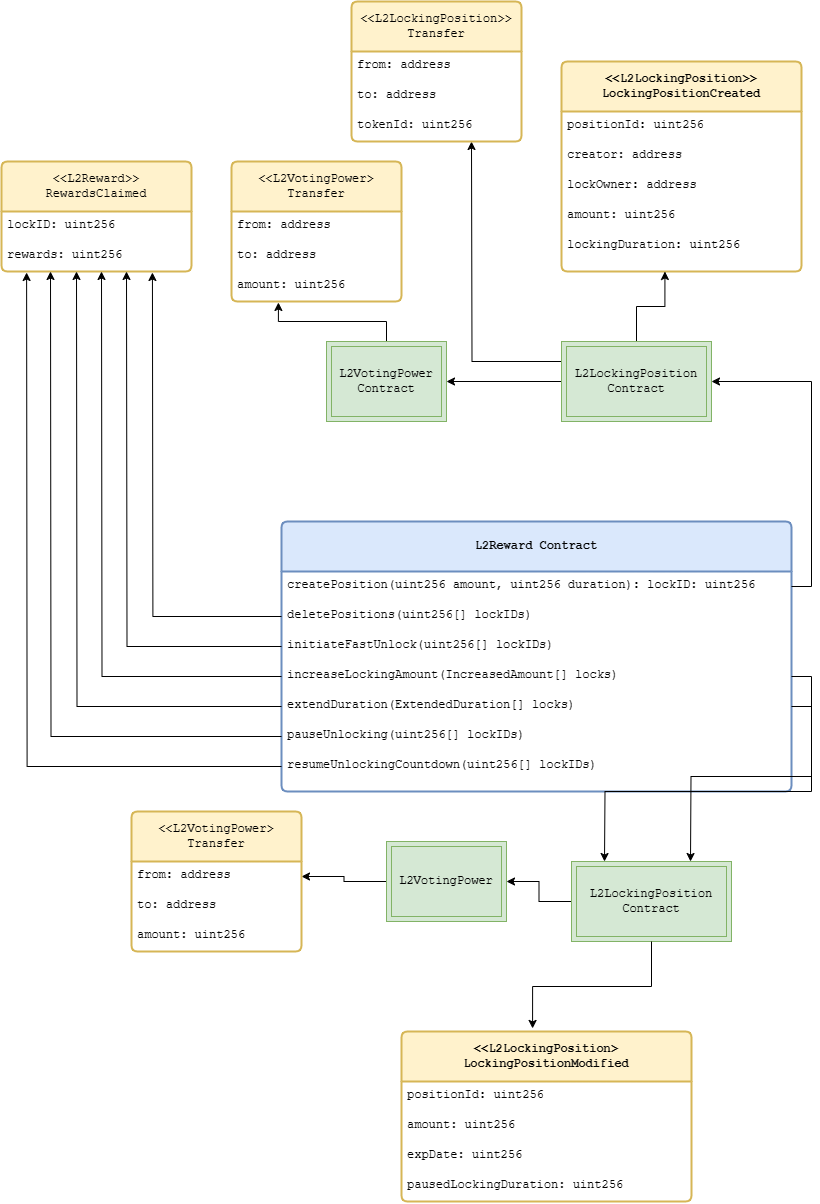
LiskHQ/lisk-contracts keeps this draw.io diagram as documentation/diagrams/l2reward_external_account_api_and_events.png. Above is the earlier version. Source tidied: cells renumbered, new cells last; positions are measured from the earlier drawing's top-left corner, leaving out a move shared by most shapes.
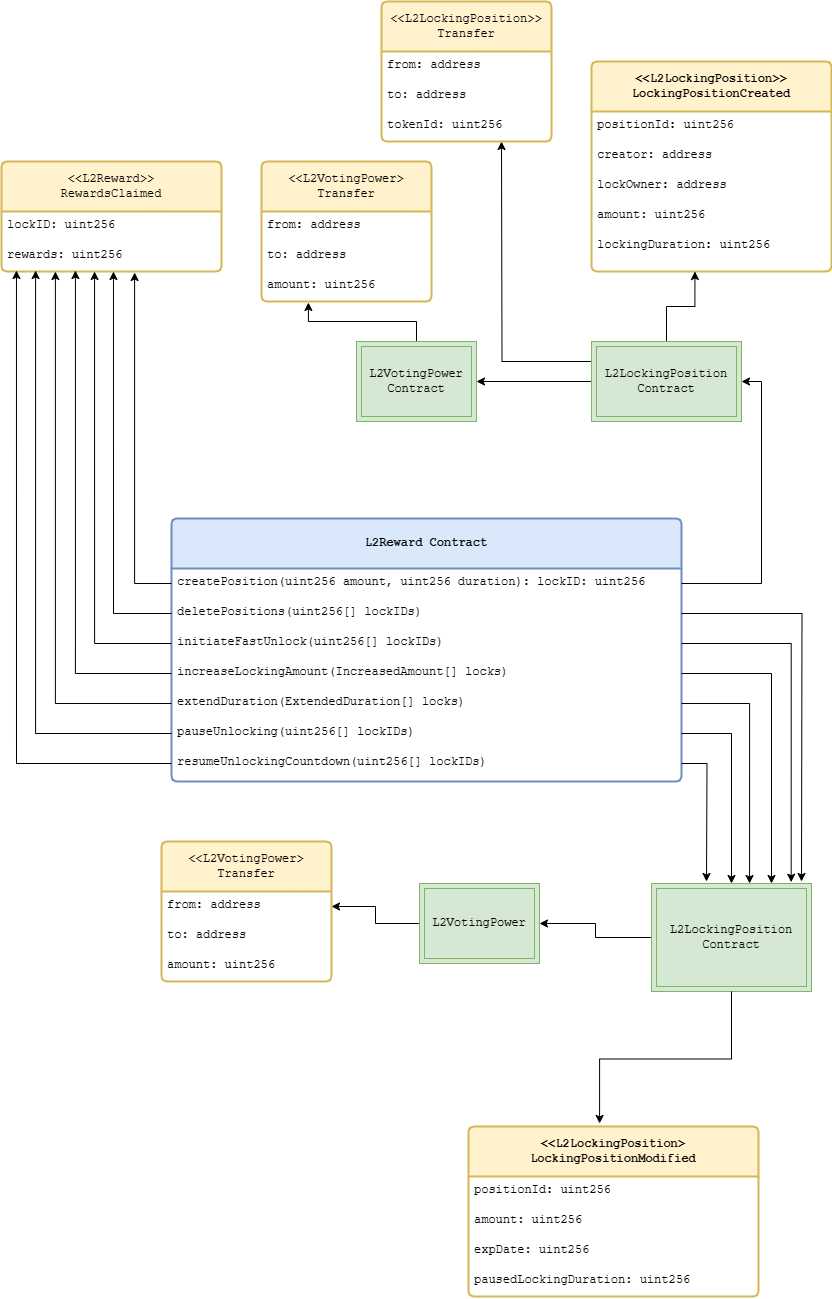
After the commit.

The edit, as a diff of the source:
```diff
@@ -3,23 +3,28 @@
     <mxCell id="0" />
     <mxCell id="1" parent="0" />
     <mxCell id="2" value="&lt;font style=&quot;font-size: 12px;&quot;&gt;&lt;span style=&quot;font-size: 12px;&quot;&gt;&amp;lt;&amp;lt;L2Reward&amp;gt;&amp;gt;&lt;/span&gt;&lt;/font&gt;&lt;div style=&quot;font-size: 12px;&quot;&gt;&lt;font style=&quot;font-size: 12px;&quot;&gt;&lt;span style=&quot;font-size: 12px;&quot;&gt;RewardsClaimed&lt;/span&gt;&lt;/font&gt;&lt;/div&gt;" style="swimlane;horizontal=1;startSize=50;rounded=1;fontSize=12;fontStyle=0;strokeWidth=2;shadow=0;dashed=0;align=center;arcSize=4;whiteSpace=wrap;html=1;fillColor=#fff2cc;strokeColor=#d6b656;fontFamily=Courier New;" parent="1" vertex="1">
-      <mxGeometry y="160" width="190" height="110" as="geometry" />
+      <mxGeometry x="-30" y="160" width="220" height="110" as="geometry" />
     </mxCell>
     <mxCell id="3" value="lockID: uint256" style="text;strokeColor=none;fillColor=none;spacingLeft=4;spacingRight=4;overflow=hidden;fontSize=12;whiteSpace=wrap;html=1;fontFamily=Courier New;" parent="2" vertex="1">
-      <mxGeometry y="50" width="190" height="30" as="geometry" />
+      <mxGeometry y="50" width="220" height="30" as="geometry" />
     </mxCell>
     <mxCell id="4" value="rewards: uint256" style="text;strokeColor=none;fillColor=none;spacingLeft=4;spacingRight=4;overflow=hidden;points=[[0,0.5],[1,0.5]];portConstraint=eastwest;fontSize=12;whiteSpace=wrap;html=1;fontFamily=Courier New;" parent="2" vertex="1">
-      <mxGeometry y="80" width="190" height="30" as="geometry" />
+      <mxGeometry y="80" width="220" height="30" as="geometry" />
     </mxCell>
     <mxCell id="5" value="&lt;div style=&quot;font-size: 12px;&quot;&gt;&lt;div style=&quot;font-size: 12px;&quot;&gt;&lt;div style=&quot;font-size: 12px;&quot;&gt;&lt;br style=&quot;font-size: 12px;&quot;&gt;&lt;/div&gt;&lt;/div&gt;&lt;/div&gt;" style="align=left;strokeColor=none;fillColor=none;spacingLeft=4;fontSize=12;verticalAlign=top;html=1;fontFamily=Courier New;" parent="2" vertex="1">
-      <mxGeometry y="110" width="190" as="geometry" />
+      <mxGeometry y="110" width="220" as="geometry" />
     </mxCell>
     <mxCell id="6" value="&lt;b style=&quot;font-size: 12px;&quot;&gt;L2Reward Contract&lt;/b&gt;" style="swimlane;horizontal=1;startSize=50;rounded=1;fontSize=12;fontStyle=0;strokeWidth=2;shadow=0;dashed=0;align=center;arcSize=4;whiteSpace=wrap;html=1;fillColor=#dae8fc;strokeColor=#6c8ebf;fontFamily=Courier New;labelBorderColor=none;" parent="1" vertex="1">
-      <mxGeometry x="280" y="520" width="510" height="270" as="geometry" />
+      <mxGeometry x="140" y="517" width="510" height="263" as="geometry" />
     </mxCell>
     <mxCell id="7" value="createPosition(uint256 amount, uint256 duration): lockID: uint256&lt;div style=&quot;font-size: 12px;&quot;&gt;&lt;br style=&quot;font-size: 12px;&quot;&gt;&lt;/div&gt;" style="text;strokeColor=none;fillColor=none;spacingLeft=4;spacingRight=4;overflow=hidden;points=[[0,0.5],[1,0.5]];portConstraint=eastwest;fontSize=12;whiteSpace=wrap;html=1;fontFamily=Courier New;" parent="6" vertex="1">
       <mxGeometry y="50" width="510" height="30" as="geometry" />
     </mxCell>
+    <mxCell id="62" style="edgeStyle=orthogonalEdgeStyle;rounded=0;jettySize=auto;html=1;" parent="6" edge="1" source="8">
+      <mxGeometry relative="1" as="geometry">
+        <mxPoint x="630" y="363" as="targetPoint" />
+      </mxGeometry>
+    </mxCell>
     <mxCell id="8" value="deletePositions(uint256[] lockIDs)" style="text;strokeColor=none;fillColor=none;spacingLeft=4;spacingRight=4;overflow=hidden;points=[[0,0.5],[1,0.5]];portConstraint=eastwest;fontSize=12;whiteSpace=wrap;html=1;fontFamily=Courier New;" parent="6" vertex="1">
       <mxGeometry y="80" width="510" height="30" as="geometry" />
     </mxCell>
@@ -72,7 +77,7 @@
       <mxGeometry y="170" width="240" height="40" as="geometry" />
     </mxCell>
     <mxCell id="25" value="&lt;b style=&quot;font-size: 12px;&quot;&gt;&amp;lt;&amp;lt;L2LockingPosition&amp;gt; LockingPositionModified&lt;/b&gt;" style="swimlane;horizontal=1;startSize=50;rounded=1;fontSize=12;fontStyle=0;strokeWidth=2;shadow=0;dashed=0;align=center;arcSize=4;whiteSpace=wrap;html=1;fillColor=#fff2cc;strokeColor=#d6b656;fontFamily=Courier New;" parent="1" vertex="1">
-      <mxGeometry x="400" y="1030" width="290" height="170" as="geometry" />
+      <mxGeometry x="437" y="1125" width="290" height="170" as="geometry" />
     </mxCell>
     <mxCell id="26" value="positionId: uint256" style="text;strokeColor=none;fillColor=none;spacingLeft=4;spacingRight=4;overflow=hidden;fontSize=12;whiteSpace=wrap;html=1;fontFamily=Courier New;" parent="25" vertex="1">
       <mxGeometry y="50" width="290" height="30" as="geometry" />
@@ -86,40 +91,17 @@
     <mxCell id="29" value="pausedLockingDuration: uint256" style="text;strokeColor=none;fillColor=none;spacingLeft=4;spacingRight=4;overflow=hidden;fontSize=12;whiteSpace=wrap;html=1;fontFamily=Courier New;" parent="25" vertex="1">
       <mxGeometry y="140" width="290" height="30" as="geometry" />
     </mxCell>
-    <mxCell id="30" style="edgeStyle=orthogonalEdgeStyle;rounded=0;jettySize=auto;html=1;fontFamily=Courier New;" parent="1" edge="1" source="10">
-      <mxGeometry relative="1" as="geometry">
-        <mxPoint x="689" y="860" as="targetPoint" />
-      </mxGeometry>
+    <mxCell id="30" style="edgeStyle=orthogonalEdgeStyle;rounded=0;jettySize=auto;html=1;fontFamily=Courier New;entryX=0.75;entryY=0;entryDx=0;entryDy=0;" parent="1" edge="1" source="10" target="50">
+      <mxGeometry relative="1" as="geometry" />
     </mxCell>
-    <mxCell id="31" style="edgeStyle=orthogonalEdgeStyle;rounded=0;jettySize=auto;html=1;fontFamily=Courier New;" parent="1" edge="1" source="11">
-      <mxGeometry relative="1" as="geometry">
-        <mxPoint x="603" y="860" as="targetPoint" />
-      </mxGeometry>
+    <mxCell id="31" style="edgeStyle=orthogonalEdgeStyle;rounded=0;jettySize=auto;html=1;fontFamily=Courier New;entryX=0.613;entryY=0;entryDx=0;entryDy=0;entryPerimeter=0;" parent="1" edge="1" source="11" target="50">
+      <mxGeometry relative="1" as="geometry" />
     </mxCell>
-    <mxCell id="32" style="edgeStyle=orthogonalEdgeStyle;rounded=0;jettySize=auto;html=1;fontFamily=Courier New;fontSize=12;" parent="1" edge="1" source="9">
-      <mxGeometry relative="1" as="geometry">
-        <mxPoint x="125" y="270" as="targetPoint" />
-      </mxGeometry>
-    </mxCell>
-    <mxCell id="33" style="edgeStyle=orthogonalEdgeStyle;rounded=0;jettySize=auto;html=1;fontFamily=Courier New;fontSize=12;" parent="1" edge="1" source="10">
-      <mxGeometry relative="1" as="geometry">
-        <mxPoint x="100" y="270" as="targetPoint" />
-      </mxGeometry>
-    </mxCell>
-    <mxCell id="34" style="edgeStyle=orthogonalEdgeStyle;rounded=0;jettySize=auto;html=1;fontFamily=Courier New;fontSize=12;" parent="1" edge="1" source="11">
-      <mxGeometry relative="1" as="geometry">
-        <mxPoint x="75" y="270" as="targetPoint" />
-      </mxGeometry>
-    </mxCell>
-    <mxCell id="35" style="edgeStyle=orthogonalEdgeStyle;rounded=0;jettySize=auto;html=1;fontFamily=Courier New;fontSize=12;" parent="1" edge="1" source="12">
-      <mxGeometry relative="1" as="geometry">
-        <mxPoint x="49" y="270" as="targetPoint" />
-      </mxGeometry>
+    <mxCell id="35" style="edgeStyle=orthogonalEdgeStyle;rounded=0;jettySize=auto;html=1;fontFamily=Courier New;fontSize=12;entryX=0.155;entryY=0.967;entryDx=0;entryDy=0;entryPerimeter=0;" parent="1" edge="1" source="12" target="4">
+      <mxGeometry relative="1" as="geometry" />
     </mxCell>
-    <mxCell id="36" style="edgeStyle=orthogonalEdgeStyle;rounded=0;jettySize=auto;html=1;entryX=0.13;entryY=1.02;entryDx=0;entryDy=0;entryPerimeter=0;fontFamily=Courier New;fontSize=12;" parent="1" edge="1" source="13">
-      <mxGeometry relative="1" as="geometry">
-        <mxPoint x="25.1" y="271" as="targetPoint" />
-      </mxGeometry>
+    <mxCell id="36" style="edgeStyle=orthogonalEdgeStyle;rounded=0;jettySize=auto;html=1;entryX=0.068;entryY=0.967;entryDx=0;entryDy=0;entryPerimeter=0;fontFamily=Courier New;fontSize=12;" parent="1" edge="1" source="13" target="4">
+      <mxGeometry relative="1" as="geometry" />
     </mxCell>
     <mxCell id="37" style="edgeStyle=orthogonalEdgeStyle;rounded=0;jettySize=auto;html=1;entryX=0.431;entryY=1;entryDx=0;entryDy=0;entryPerimeter=0;fontFamily=Courier New;" parent="1" edge="1" source="40" target="24">
       <mxGeometry relative="1" as="geometry" />
@@ -138,11 +120,6 @@
     <mxCell id="41" style="edgeStyle=orthogonalEdgeStyle;rounded=0;jettySize=auto;html=1;entryX=1;entryY=0.5;entryDx=0;entryDy=0;fontFamily=Courier New;" parent="1" edge="1" source="7" target="40">
       <mxGeometry relative="1" as="geometry" />
     </mxCell>
-    <mxCell id="42" style="edgeStyle=orthogonalEdgeStyle;rounded=0;jettySize=auto;html=1;fontFamily=Courier New;fontSize=12;entryX=0.596;entryY=1.02;entryDx=0;entryDy=0;entryPerimeter=0;" parent="1" edge="1" source="8">
-      <mxGeometry relative="1" as="geometry">
-        <mxPoint x="150.9" y="271" as="targetPoint" />
-      </mxGeometry>
-    </mxCell>
     <mxCell id="43" style="edgeStyle=orthogonalEdgeStyle;rounded=0;jettySize=auto;html=1;entryX=0.276;entryY=1.033;entryDx=0;entryDy=0;entryPerimeter=0;fontFamily=Courier New;" parent="1" edge="1" source="44" target="48">
       <mxGeometry relative="1" as="geometry" />
     </mxCell>
@@ -165,7 +142,7 @@
       <mxGeometry relative="1" as="geometry" />
     </mxCell>
     <mxCell id="50" value="&lt;span style=&quot;font-weight: normal;&quot;&gt;L2LockingPosition&lt;/span&gt;&lt;div&gt;&lt;span style=&quot;font-weight: normal;&quot;&gt;Contract&lt;/span&gt;&lt;/div&gt;" style="shape=ext;margin=3;double=1;whiteSpace=wrap;html=1;align=center;fontFamily=Courier New;fontSize=12;fontStyle=1;fillColor=#d5e8d4;strokeColor=#82b366;" parent="1" vertex="1">
-      <mxGeometry x="570" y="860" width="160" height="80" as="geometry" />
+      <mxGeometry x="620" y="882" width="160" height="108" as="geometry" />
     </mxCell>
     <mxCell id="51" style="edgeStyle=orthogonalEdgeStyle;rounded=0;jettySize=auto;html=1;entryX=0.452;entryY=-0.018;entryDx=0;entryDy=0;entryPerimeter=0;fontFamily=Courier New;" parent="1" edge="1" source="50" target="25">
       <mxGeometry relative="1" as="geometry" />
@@ -174,10 +151,10 @@
       <mxGeometry relative="1" as="geometry" />
     </mxCell>
     <mxCell id="53" value="&lt;font&gt;L2VotingPower&lt;/font&gt;" style="shape=ext;margin=3;double=1;whiteSpace=wrap;html=1;align=center;fillColor=#d5e8d4;strokeColor=#82b366;fontFamily=Courier New;" parent="1" vertex="1">
-      <mxGeometry x="385" y="840" width="120" height="80" as="geometry" />
+      <mxGeometry x="388" y="882" width="120" height="80" as="geometry" />
     </mxCell>
     <mxCell id="54" value="&amp;lt;&amp;lt;L2VotingPower&amp;gt;&lt;div style=&quot;font-size: 12px;&quot;&gt;Transfer&lt;/div&gt;" style="swimlane;horizontal=1;startSize=50;rounded=1;fontSize=12;fontStyle=0;strokeWidth=2;shadow=0;dashed=0;align=center;arcSize=4;whiteSpace=wrap;html=1;fillColor=#fff2cc;strokeColor=#d6b656;fontFamily=Courier New;" parent="1" vertex="1">
-      <mxGeometry x="130" y="810" width="170" height="140" as="geometry" />
+      <mxGeometry x="130" y="840" width="170" height="140" as="geometry" />
     </mxCell>
     <mxCell id="55" value="from: address" style="text;strokeColor=none;fillColor=none;spacingLeft=4;spacingRight=4;overflow=hidden;points=[[0,0.5],[1,0.5]];portConstraint=eastwest;fontSize=12;whiteSpace=wrap;html=1;fontFamily=Courier New;" parent="54" vertex="1">
       <mxGeometry y="50" width="170" height="30" as="geometry" />
@@ -200,5 +177,31 @@
     <mxCell id="61" value="tokenId: uint256" style="text;strokeColor=none;fillColor=none;spacingLeft=4;spacingRight=4;overflow=hidden;fontSize=12;whiteSpace=wrap;html=1;fontFamily=Courier New;" parent="58" vertex="1">
       <mxGeometry y="110" width="170" height="30" as="geometry" />
     </mxCell>
+    <mxCell id="63" style="edgeStyle=orthogonalEdgeStyle;rounded=0;jettySize=auto;html=1;entryX=0.873;entryY=-0.012;entryDx=0;entryDy=0;entryPerimeter=0;" parent="1" edge="1" source="9" target="50">
+      <mxGeometry relative="1" as="geometry" />
+    </mxCell>
+    <mxCell id="64" style="edgeStyle=orthogonalEdgeStyle;rounded=0;jettySize=auto;html=1;entryX=0.5;entryY=0;entryDx=0;entryDy=0;" parent="1" edge="1" source="12" target="50">
+      <mxGeometry relative="1" as="geometry" />
+    </mxCell>
+    <mxCell id="65" style="edgeStyle=orthogonalEdgeStyle;rounded=0;jettySize=auto;html=1;" parent="1" edge="1" source="13">
+      <mxGeometry relative="1" as="geometry">
+        <mxPoint x="675" y="880" as="targetPoint" />
+      </mxGeometry>
+    </mxCell>
+    <mxCell id="66" style="edgeStyle=orthogonalEdgeStyle;rounded=0;jettySize=auto;html=1;entryX=0.245;entryY=1;entryDx=0;entryDy=0;entryPerimeter=0;" parent="1" edge="1" source="11" target="4">
+      <mxGeometry relative="1" as="geometry" />
+    </mxCell>
+    <mxCell id="67" style="edgeStyle=orthogonalEdgeStyle;rounded=0;jettySize=auto;html=1;entryX=0.336;entryY=0.967;entryDx=0;entryDy=0;entryPerimeter=0;" parent="1" edge="1" source="10" target="4">
+      <mxGeometry relative="1" as="geometry" />
+    </mxCell>
+    <mxCell id="68" style="edgeStyle=orthogonalEdgeStyle;rounded=0;jettySize=auto;html=1;entryX=0.423;entryY=1;entryDx=0;entryDy=0;entryPerimeter=0;" parent="1" edge="1" source="9" target="4">
+      <mxGeometry relative="1" as="geometry" />
+    </mxCell>
+    <mxCell id="69" style="edgeStyle=orthogonalEdgeStyle;rounded=0;jettySize=auto;html=1;entryX=0.509;entryY=1;entryDx=0;entryDy=0;entryPerimeter=0;" parent="1" edge="1" source="8" target="4">
+      <mxGeometry relative="1" as="geometry" />
+    </mxCell>
+    <mxCell id="70" style="edgeStyle=orthogonalEdgeStyle;rounded=0;jettySize=auto;html=1;entryX=0.605;entryY=1.033;entryDx=0;entryDy=0;entryPerimeter=0;" parent="1" edge="1" source="7" target="4">
+      <mxGeometry relative="1" as="geometry" />
+    </mxCell>
   </root>
 </mxGraphModel>
```
